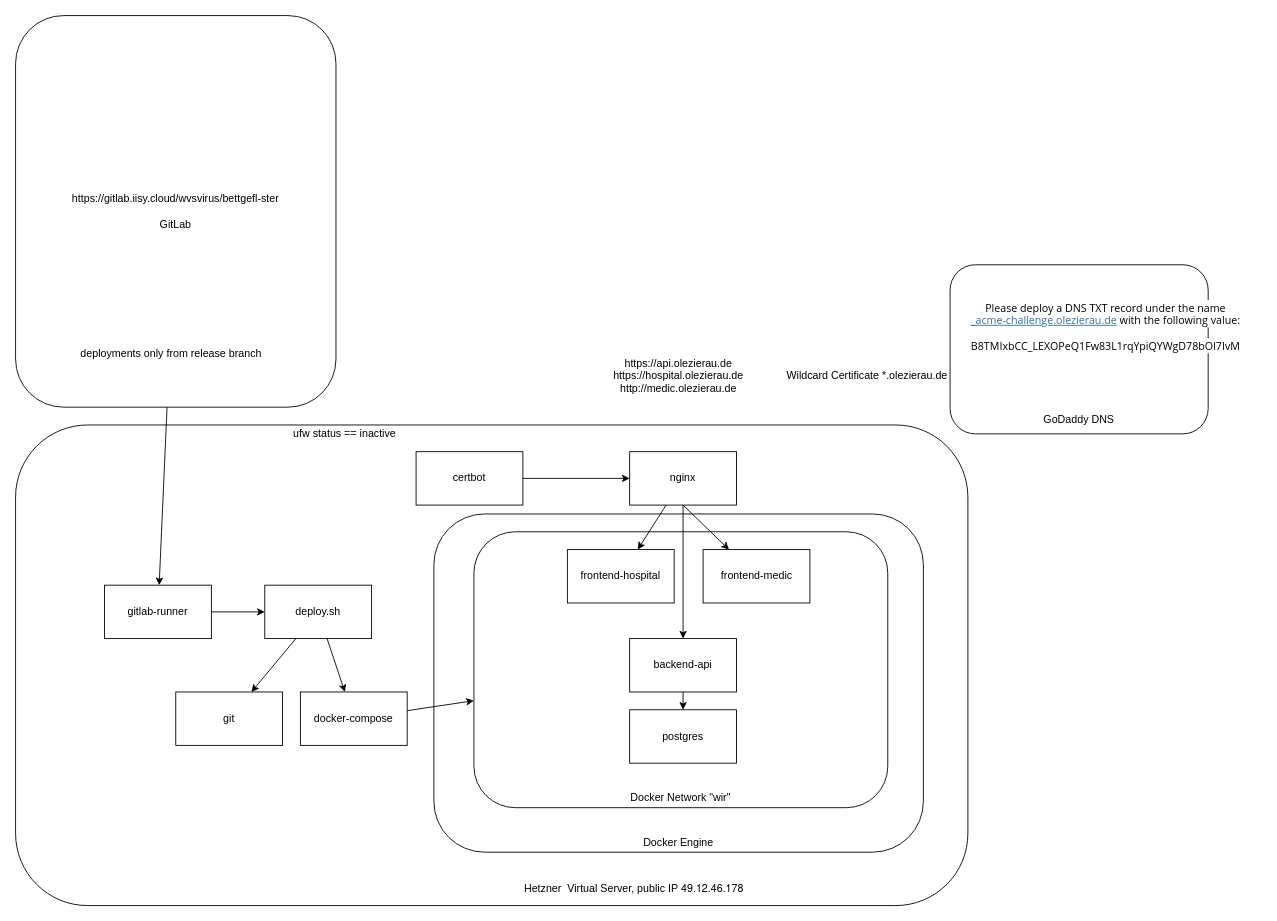
psychonetic/bedfinder keeps this draw.io diagram as infrastructure.drawio. Above is the earlier version. Source tidied: cells renumbered, new cells numbered last; positions are measured from the earlier drawing's top-left corner, leaving out a move shared by most shapes. Both pictures are drawn from the tidied source at 89%, with x=0, y=0 at pixel (15, 15).
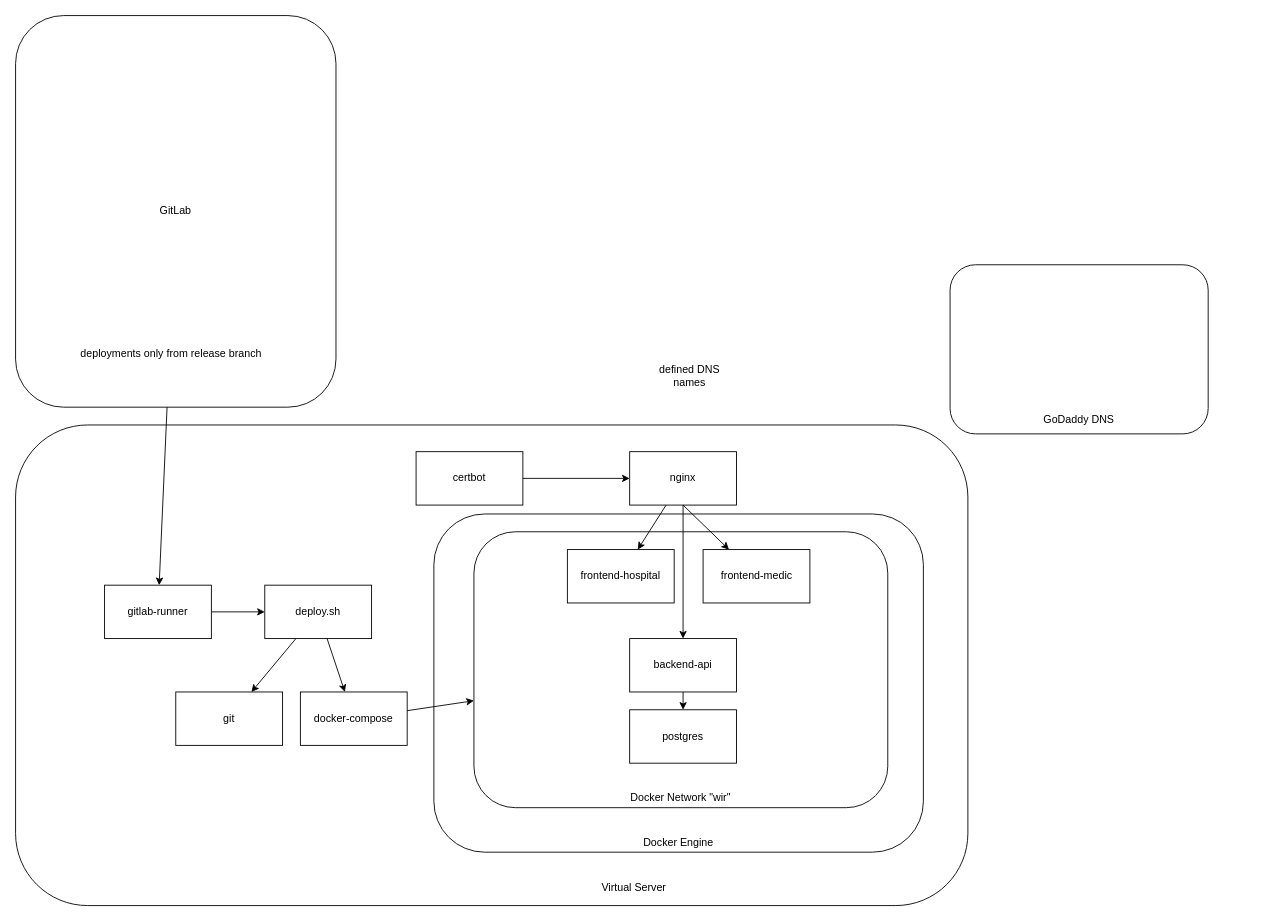
Above is the later version.

Change to the diagram source:
```diff
@@
-    <mxCell id="3" value="Hetzner&amp;nbsp; Virtual Server, public IP&amp;nbsp;&lt;span style=&quot;font-family: &amp;#34;helvetica neue&amp;#34;&quot;&gt;49.12.46.178&lt;/span&gt;" style="text;html=1;strokeColor=none;fillColor=none;align=center;verticalAlign=middle;whiteSpace=wrap;rounded=0;" parent="1" vertex="1">
+    <mxCell id="3" value="Virtual Server" style="text;html=1;strokeColor=none;fillColor=none;align=center;verticalAlign=middle;whiteSpace=wrap;rounded=0;" parent="1" vertex="1">
       <mxGeometry x="540" y="970" width="310" height="20" as="geometry" />
     </mxCell>
@@
-    <mxCell id="7" value="&lt;span style=&quot;font-family: &amp;#34;open sans&amp;#34; , &amp;#34;lucida grande&amp;#34; , &amp;#34;lucida sans unicode&amp;#34; , &amp;#34;arial&amp;#34; , &amp;#34;helvetica&amp;#34; , &amp;#34;verdana&amp;#34; , sans-serif ; white-space: pre-wrap ; background-color: rgb(255 , 255 , 255)&quot;&gt;Please deploy a DNS TXT record under the name&lt;/span&gt;&lt;br style=&quot;box-sizing: border-box ; font-family: &amp;#34;open sans&amp;#34; , &amp;#34;lucida grande&amp;#34; , &amp;#34;lucida sans unicode&amp;#34; , &amp;#34;arial&amp;#34; , &amp;#34;helvetica&amp;#34; , &amp;#34;verdana&amp;#34; , sans-serif ; white-space: pre-wrap&quot;&gt;&lt;a href=&quot;http://_acme-challenge.olezierau.de/&quot; target=&quot;_blank&quot; style=&quot;box-sizing: border-box ; color: rgb(58 , 109 , 153) ; cursor: pointer ; font-family: &amp;#34;open sans&amp;#34; , &amp;#34;lucida grande&amp;#34; , &amp;#34;lucida sans unicode&amp;#34; , &amp;#34;arial&amp;#34; , &amp;#34;helvetica&amp;#34; , &amp;#34;verdana&amp;#34; , sans-serif ; white-space: pre-wrap ; background-position: 0px 0px&quot;&gt;_acme-challenge.olezierau.de&lt;/a&gt;&lt;span style=&quot;font-family: &amp;#34;open sans&amp;#34; , &amp;#34;lucida grande&amp;#34; , &amp;#34;lucida sans unicode&amp;#34; , &amp;#34;arial&amp;#34; , &amp;#34;helvetica&amp;#34; , &amp;#34;verdana&amp;#34; , sans-serif ; white-space: pre-wrap ; background-color: rgb(255 , 255 , 255)&quot;&gt; with the following value:&lt;/span&gt;&lt;br style=&quot;box-sizing: border-box ; font-family: &amp;#34;open sans&amp;#34; , &amp;#34;lucida grande&amp;#34; , &amp;#34;lucida sans unicode&amp;#34; , &amp;#34;arial&amp;#34; , &amp;#34;helvetica&amp;#34; , &amp;#34;verdana&amp;#34; , sans-serif ; white-space: pre-wrap&quot;&gt;&lt;br style=&quot;box-sizing: border-box ; font-family: &amp;#34;open sans&amp;#34; , &amp;#34;lucida grande&amp;#34; , &amp;#34;lucida sans unicode&amp;#34; , &amp;#34;arial&amp;#34; , &amp;#34;helvetica&amp;#34; , &amp;#34;verdana&amp;#34; , sans-serif ; white-space: pre-wrap&quot;&gt;&lt;span style=&quot;font-family: &amp;#34;open sans&amp;#34; , &amp;#34;lucida grande&amp;#34; , &amp;#34;lucida sans unicode&amp;#34; , &amp;#34;arial&amp;#34; , &amp;#34;helvetica&amp;#34; , &amp;#34;verdana&amp;#34; , sans-serif ; white-space: pre-wrap ; background-color: rgb(255 , 255 , 255)&quot;&gt;B8TMIxbCC_LEXOPeQ1Fw83L1rqYpiQYWgD78bOl7IvM&lt;/span&gt;" style="text;html=1;strokeColor=none;fillColor=none;align=center;verticalAlign=middle;whiteSpace=wrap;rounded=0;" parent="1" vertex="1">
-      <mxGeometry x="1050" y="340" width="350" height="20" as="geometry" />
-    </mxCell>
@@
-    <mxCell id="16" value="https://api.olezierau.de&lt;br&gt;https://hospital.olezierau.de&lt;br&gt;http://medic.olezierau.de" style="text;html=1;strokeColor=none;fillColor=none;align=center;verticalAlign=middle;whiteSpace=wrap;rounded=0;" parent="1" vertex="1">
-      <mxGeometry x="725" y="370" width="40" height="70" as="geometry" />
+    <mxCell id="16" value="defined DNS names" style="text;html=1;strokeColor=none;fillColor=none;align=center;verticalAlign=middle;whiteSpace=wrap;rounded=0;" parent="1" vertex="1">
+      <mxGeometry x="710" y="370" width="95" height="70" as="geometry" />
     </mxCell>
@@
-    <mxCell id="22" value="https://gitlab.iisy.cloud/wvsvirus/bettgefl-ster&lt;br&gt;&lt;br&gt;GitLab" style="rounded=1;whiteSpace=wrap;html=1;" parent="1" vertex="1">
+    <mxCell id="22" value="GitLab" style="rounded=1;whiteSpace=wrap;html=1;" parent="1" vertex="1">
       <mxGeometry width="360" height="440" as="geometry" />
     </mxCell>
@@
-    <mxCell id="30" value="Wildcard Certificate *.olezierau.de" style="text;html=1;strokeColor=none;fillColor=none;align=center;verticalAlign=middle;whiteSpace=wrap;rounded=0;" parent="1" vertex="1">
-      <mxGeometry x="837" y="365" width="240" height="80" as="geometry" />
-    </mxCell>
@@
-    <mxCell id="32" value="ufw status == inactive" style="text;html=1;strokeColor=none;fillColor=none;align=center;verticalAlign=middle;whiteSpace=wrap;rounded=0;" parent="1" vertex="1">
-      <mxGeometry x="300" y="460" width="140" height="20" as="geometry" />
-    </mxCell>
```
